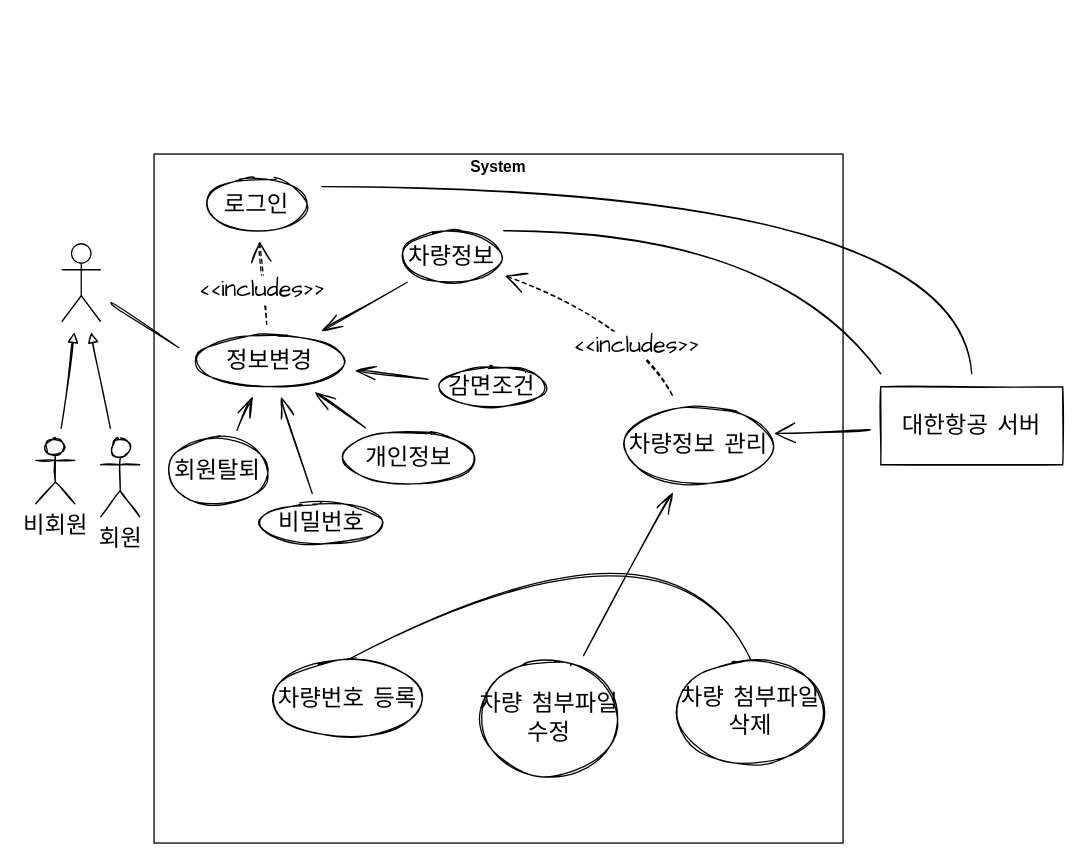
This is Untitled Diagram.drawio from esunsoft2020/GitHubTest, a draw.io file, before an edit. Source tidied: cells renumbered, new cells numbered last; positions are measured from the earlier drawing's top-left corner, leaving out a move shared by most shapes. Both pictures are drawn from the tidied source at 130%, with x=0, y=0 at pixel (35, 153).
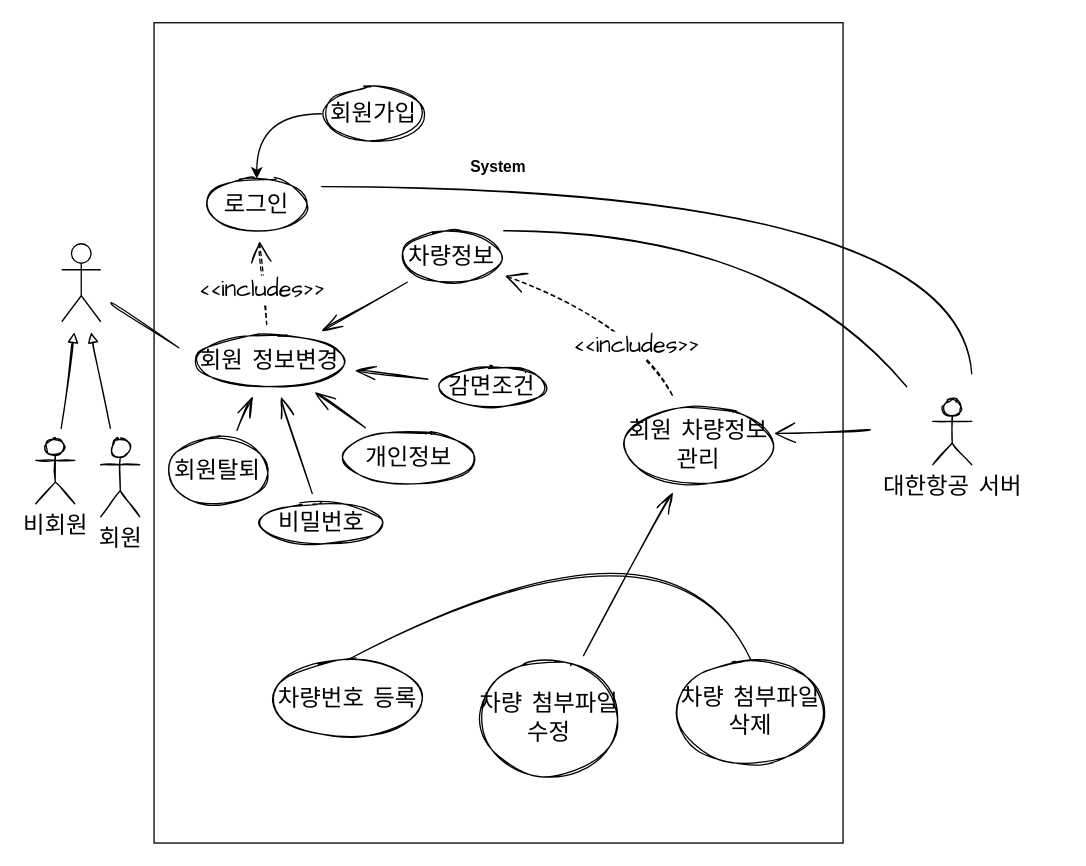
Above is the later version.

Unchanged cells that the change refers to:
```xml
<mxCell id="10" value="로그인" style="ellipse;whiteSpace=wrap;html=1;sketch=1;hachureGap=4;fontFamily=Architects Daughter;fontSize=18;" parent="1" vertex="1">
  <mxGeometry x="130" y="19" width="80" height="40" as="geometry" />
</mxCell>
```

Change to the diagram source:
```diff
@@
     <mxCell id="2" style="rounded=0;whiteSpace=wrap;html=1;hachureGap=4;" parent="1" vertex="1">
-      <mxGeometry x="91" width="530" height="530" as="geometry" />
+      <mxGeometry x="91" y="-101" width="530" height="631" as="geometry" />
     </mxCell>
@@
-    <mxCell id="16" value="정보변경" style="ellipse;whiteSpace=wrap;html=1;sketch=1;hachureGap=4;fontFamily=Architects Daughter;fontSize=18;" parent="1" vertex="1">
+    <mxCell id="16" value="회원 정보변경" style="ellipse;whiteSpace=wrap;html=1;sketch=1;hachureGap=4;fontFamily=Architects Daughter;fontSize=18;" parent="1" vertex="1">
       <mxGeometry x="120" y="139" width="120" height="40" as="geometry" />
     </mxCell>
@@
-    <mxCell id="27" style="edgeStyle=none;curved=1;sketch=1;jettySize=auto;html=1;entryX=0.983;entryY=0.35;entryDx=0;entryDy=0;entryPerimeter=0;fontFamily=Architects Daughter;fontSize=20;startArrow=none;startFill=0;endArrow=open;endFill=0;startSize=14;endSize=14;sourcePerimeterSpacing=8;targetPerimeterSpacing=8;" parent="1" edge="1" source="28" target="31">
-      <mxGeometry relative="1" as="geometry" />
+    <mxCell id="27" style="edgeStyle=none;curved=1;sketch=1;jettySize=auto;html=1;entryX=0.983;entryY=0.35;entryDx=0;entryDy=0;entryPerimeter=0;fontFamily=Architects Daughter;fontSize=20;startArrow=none;startFill=0;endArrow=open;endFill=0;startSize=14;endSize=14;sourcePerimeterSpacing=8;targetPerimeterSpacing=8;" parent="1" edge="1" target="31">
+      <mxGeometry relative="1" as="geometry">
+        <mxPoint x="642" y="212.1" as="sourcePoint" />
+      </mxGeometry>
     </mxCell>
-    <mxCell id="28" value="대한항공 서버" style="rounded=0;whiteSpace=wrap;html=1;sketch=1;hachureGap=4;fontFamily=Architects Daughter;fontSize=18;" parent="1" vertex="1">
-      <mxGeometry x="650" y="179" width="140" height="60" as="geometry" />
-    </mxCell>
     <mxCell id="29" style="edgeStyle=none;orthogonalLoop=1;jettySize=auto;html=1;endArrow=none;sourcePerimeterSpacing=8;targetPerimeterSpacing=8;fontSize=16;sketch=1;curved=1;rounded=0;fontFamily=Architects Daughter;startSize=14;endSize=14;endFill=0;" parent="1" edge="1">
       <mxGeometry relative="1" as="geometry">
         <mxPoint x="360" y="59" as="sourcePoint" />
-        <mxPoint x="650" y="169" as="targetPoint" />
+        <mxPoint x="670" y="179" as="targetPoint" />
         <Array as="points">
           <mxPoint x="570" y="59" />
         </Array>
       </mxGeometry>
     </mxCell>
@@
-    <mxCell id="31" value="차량정보 관리" style="ellipse;whiteSpace=wrap;html=1;sketch=1;hachureGap=4;fontFamily=Architects Daughter;fontSize=18;" parent="1" vertex="1">
+    <mxCell id="31" value="회원 차량정보 관리" style="ellipse;whiteSpace=wrap;html=1;sketch=1;hachureGap=4;fontFamily=Architects Daughter;fontSize=18;" parent="1" vertex="1">
       <mxGeometry x="450" y="194" width="120" height="60" as="geometry" />
     </mxCell>
@@
+    <mxCell id="28" value="대한항공 서버" style="shape=umlActor;verticalLabelPosition=bottom;verticalAlign=top;html=1;outlineConnect=0;hachureGap=4;sketch=1;fontFamily=Architects Daughter;fontSize=18;" parent="1" vertex="1">
+      <mxGeometry x="690" y="189" width="30" height="50" as="geometry" />
+    </mxCell>
+    <mxCell id="36" style="edgeStyle=orthogonalEdgeStyle;jettySize=auto;html=1;curved=1;" parent="1" edge="1" source="37" target="10">
+      <mxGeometry relative="1" as="geometry" />
+    </mxCell>
+    <mxCell id="37" value="회원가입" style="ellipse;whiteSpace=wrap;html=1;sketch=1;hachureGap=4;fontFamily=Architects Daughter;fontSize=18;" parent="1" vertex="1">
+      <mxGeometry x="220" y="-51" width="80" height="40" as="geometry" />
+    </mxCell>
```
